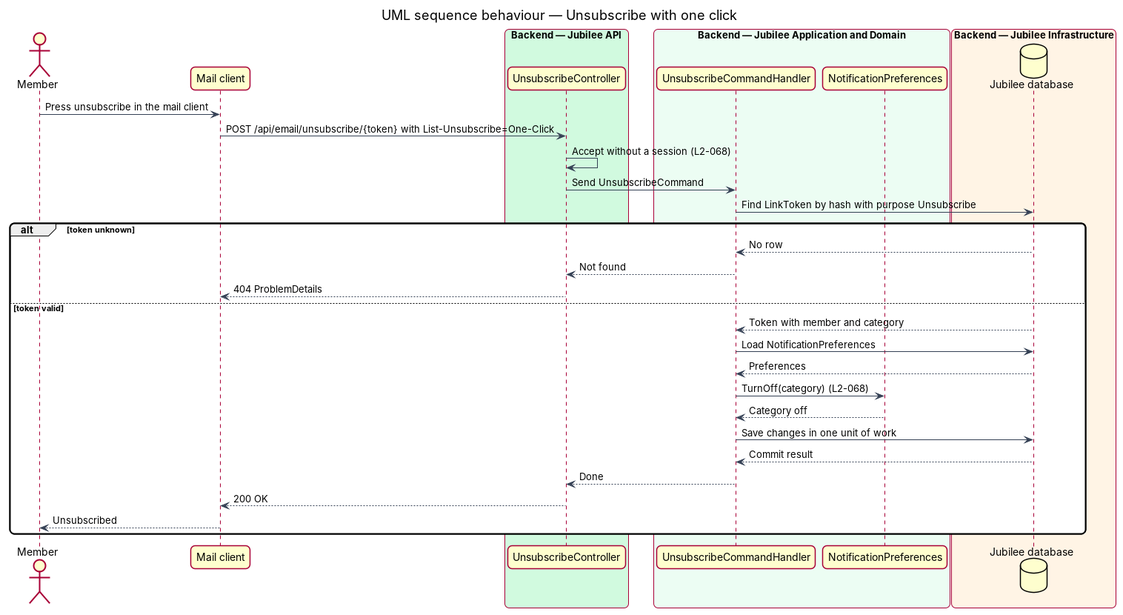
Before: docs/detailed-designs/notifications/send-email-notifications/diagrams/sequence-unsubscribe-one-click.png, a diagram exported from PlantUML (QuinntyneBrown/jubilee). Its source is kept beside it as docs/detailed-designs/notifications/send-email-notifications/diagrams/sequence-unsubscribe-one-click.puml. Its diagram source:
```plantuml
@startuml
title UML sequence behaviour — Unsubscribe with one click
skinparam backgroundColor #FFFFFF
skinparam shadowing false
skinparam roundcorner 12
skinparam defaultFontName Arial
skinparam ArrowColor #344054
skinparam rectangle {
  BorderColor #344054
  FontColor #101828
}
skinparam package {
  BorderColor #667085
  FontColor #101828
  BackgroundColor #F9FAFB
}
actor "Member" as member
participant "Mail client" as client
box "Backend — Jubilee API" #D1FADF
  participant "UnsubscribeController" as controller
end box
box "Backend — Jubilee Application and Domain" #ECFDF3
  participant "UnsubscribeCommandHandler" as handler
  participant "NotificationPreferences" as prefs
end box
box "Backend — Jubilee Infrastructure" #FFF4E5
  database "Jubilee database" as db
end box
member -> client : Press unsubscribe in the mail client
client -> controller : POST /api/email/unsubscribe/{token} with List-Unsubscribe=One-Click
controller -> controller : Accept without a session (L2-068)
controller -> handler : Send UnsubscribeCommand
handler -> db : Find LinkToken by hash with purpose Unsubscribe
alt token unknown
  db --> handler : No row
  handler --> controller : Not found
  controller --> client : 404 ProblemDetails
else token valid
  db --> handler : Token with member and category
  handler -> db : Load NotificationPreferences
  db --> handler : Preferences
  handler -> prefs : TurnOff(category) (L2-068)
  prefs --> handler : Category off
  handler -> db : Save changes in one unit of work
  db --> handler : Commit result
  handler --> controller : Done
  controller --> client : 200 OK
  client --> member : Unsubscribed
end
@enduml
```
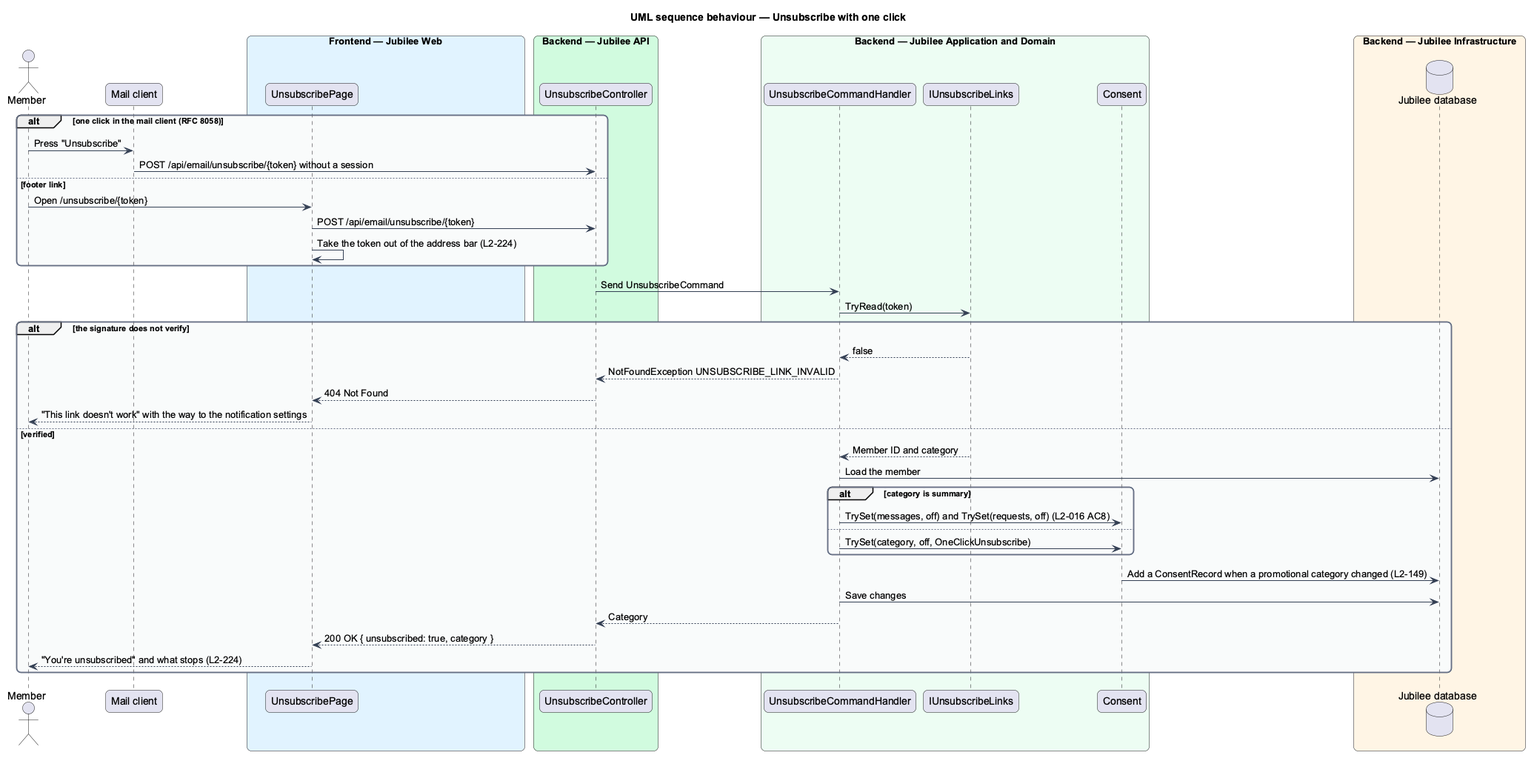
Later version of the same file.

Diff of the diagram source:
```diff
@@ -16,35 +16,47 @@
 }
 actor "Member" as member
 participant "Mail client" as client
+box "Frontend — Jubilee Web" #E0F2FE
+  participant "UnsubscribePage" as page
+end box
 box "Backend — Jubilee API" #D1FADF
   participant "UnsubscribeController" as controller
 end box
 box "Backend — Jubilee Application and Domain" #ECFDF3
   participant "UnsubscribeCommandHandler" as handler
-  participant "NotificationPreferences" as prefs
+  participant "IUnsubscribeLinks" as links
+  participant "Consent" as consent
 end box
 box "Backend — Jubilee Infrastructure" #FFF4E5
   database "Jubilee database" as db
 end box
-member -> client : Press unsubscribe in the mail client
-client -> controller : POST /api/email/unsubscribe/{token} with List-Unsubscribe=One-Click
-controller -> controller : Accept without a session (L2-068)
+alt one click in the mail client (RFC 8058)
+  member -> client : Press "Unsubscribe"
+  client -> controller : POST /api/email/unsubscribe/{token} without a session
+else footer link
+  member -> page : Open /unsubscribe/{token}
+  page -> controller : POST /api/email/unsubscribe/{token}
+  page -> page : Take the token out of the address bar (L2-224)
+end
 controller -> handler : Send UnsubscribeCommand
-handler -> db : Find LinkToken by hash with purpose Unsubscribe
-alt token unknown
-  db --> handler : No row
-  handler --> controller : Not found
-  controller --> client : 404 ProblemDetails
-else token valid
-  db --> handler : Token with member and category
-  handler -> db : Load NotificationPreferences
-  db --> handler : Preferences
-  handler -> prefs : TurnOff(category) (L2-068)
-  prefs --> handler : Category off
-  handler -> db : Save changes in one unit of work
-  db --> handler : Commit result
-  handler --> controller : Done
-  controller --> client : 200 OK
-  client --> member : Unsubscribed
+handler -> links : TryRead(token)
+alt the signature does not verify
+  links --> handler : false
+  handler --> controller : NotFoundException UNSUBSCRIBE_LINK_INVALID
+  controller --> page : 404 Not Found
+  page --> member : "This link doesn't work" with the way to the notification settings
+else verified
+  links --> handler : Member ID and category
+  handler -> db : Load the member
+  alt category is summary
+    handler -> consent : TrySet(messages, off) and TrySet(requests, off) (L2-016 AC8)
+  else
+    handler -> consent : TrySet(category, off, OneClickUnsubscribe)
+  end
+  consent -> db : Add a ConsentRecord when a promotional category changed (L2-149)
+  handler -> db : Save changes
+  handler --> controller : Category
+  controller --> page : 200 OK { unsubscribed: true, category }
+  page --> member : "You're unsubscribed" and what stops (L2-224)
 end
 @enduml
```
